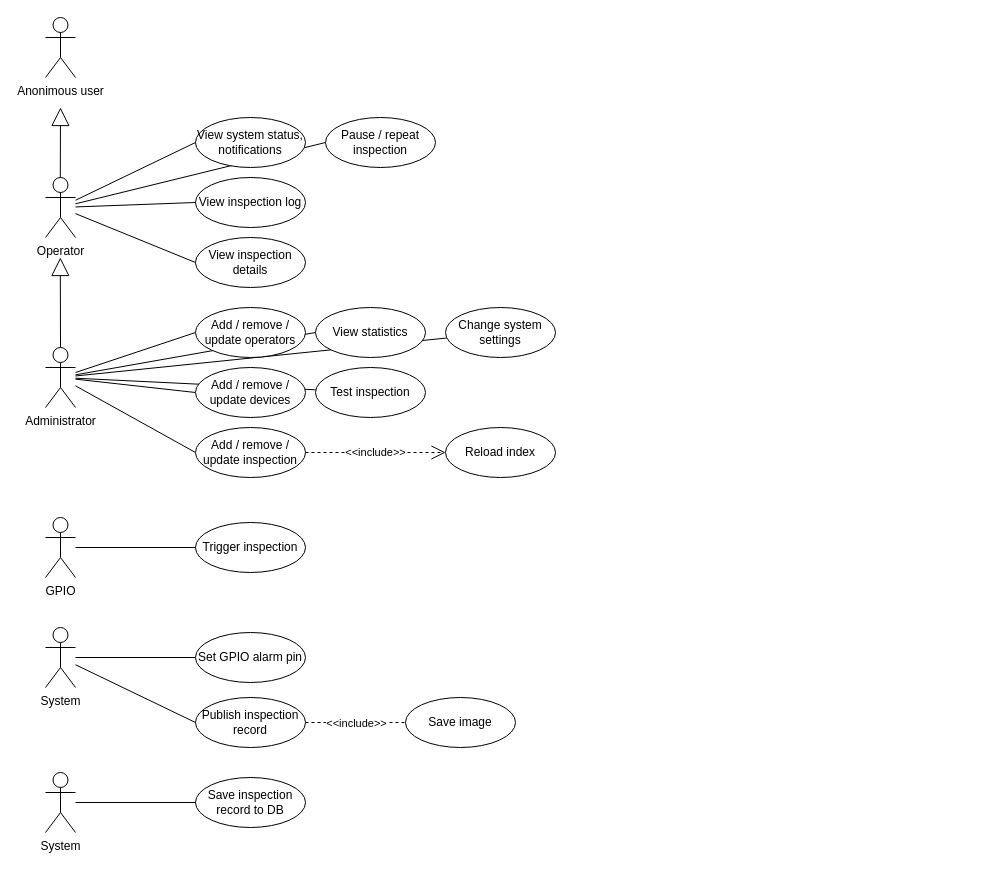
The draw.io diagram page "Use cases" (5 of 8) of design.drawio in Edson-source/open-aoi, before the edit. Source tidied: cells renumbered, new cells numbered last; positions are measured from the earlier drawing's top-left corner, leaving out a move shared by most shapes. Both pictures are drawn from the tidied source at 100%, with x=0, y=0 at pixel (45, 17).
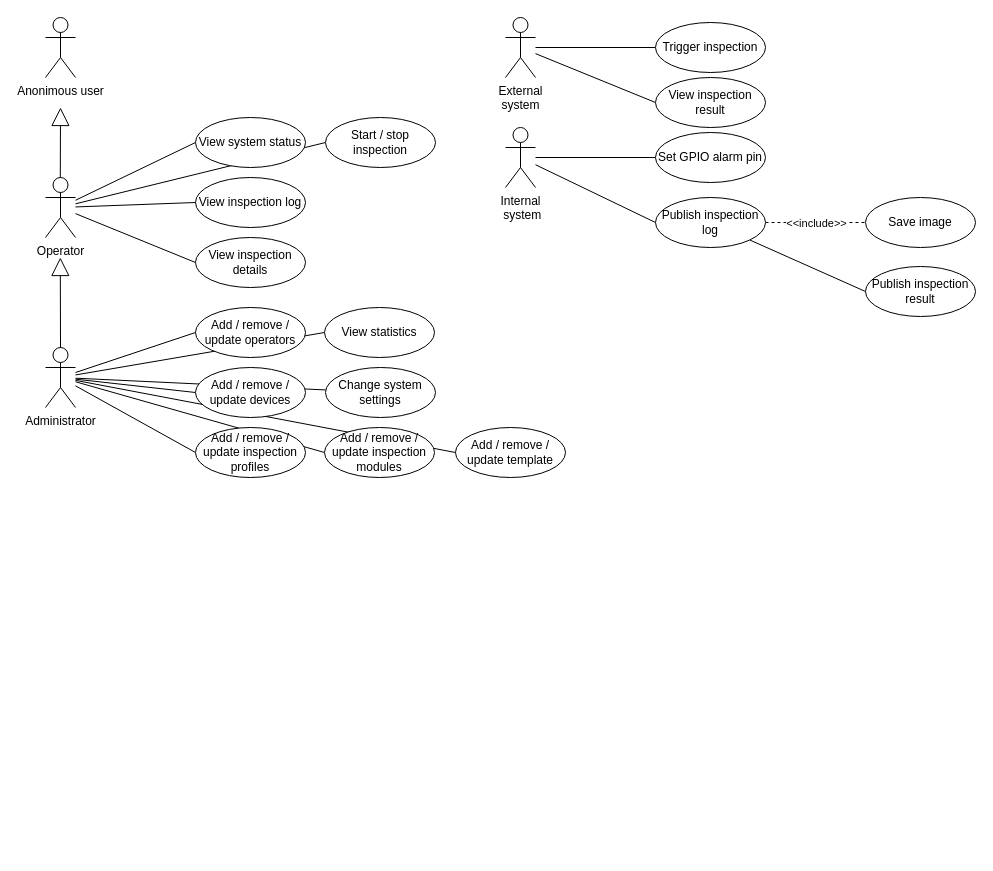
The same page after the edit.

Unchanged cells that the change refers to:
```xml
<mxCell id="14" value="Administrator" style="shape=umlActor;verticalLabelPosition=bottom;verticalAlign=top;html=1;strokeColor=default;fillColor=rgb(255, 255, 255);" parent="1" vertex="1">
  <mxGeometry y="330" width="30" height="60" as="geometry" />
</mxCell>
```

Change to the diagram source:
```diff
@@
-    <mxCell id="12" style="edgeStyle=none;html=1;startArrow=none;startFill=0;endArrow=none;endFill=0;" parent="1" edge="1" source="14" target="32">
-      <mxGeometry relative="1" as="geometry" />
-    </mxCell>
@@
+    <mxCell id="43" style="edgeStyle=none;shape=connector;rounded=1;html=1;entryX=0;entryY=0.5;entryDx=0;entryDy=0;labelBackgroundColor=default;strokeColor=default;fontFamily=Helvetica;fontSize=11;fontColor=default;startArrow=none;startFill=0;endArrow=none;endFill=0;" parent="1" edge="1" source="14" target="47">
+      <mxGeometry relative="1" as="geometry" />
+    </mxCell>
+    <mxCell id="44" style="edgeStyle=none;shape=connector;rounded=1;html=1;entryX=0;entryY=0.5;entryDx=0;entryDy=0;labelBackgroundColor=default;strokeColor=default;fontFamily=Helvetica;fontSize=11;fontColor=default;startArrow=none;startFill=0;endArrow=none;endFill=0;" parent="1" edge="1" source="14" target="48">
+      <mxGeometry relative="1" as="geometry" />
+    </mxCell>
@@
-    <mxCell id="15" value="View system status, notifications" style="ellipse;whiteSpace=wrap;html=1;strokeColor=default;" parent="1" vertex="1">
+    <mxCell id="15" value="View system status" style="ellipse;whiteSpace=wrap;html=1;strokeColor=default;" parent="1" vertex="1">
       <mxGeometry x="150" y="100" width="110" height="50" as="geometry" />
     </mxCell>
@@
     <mxCell id="21" value="View statistics" style="ellipse;whiteSpace=wrap;html=1;strokeColor=default;" parent="1" vertex="1">
-      <mxGeometry x="270" y="290" width="110" height="50" as="geometry" />
+      <mxGeometry x="279" y="290" width="110" height="50" as="geometry" />
     </mxCell>
@@
-    <mxCell id="23" value="Add / remove / update inspection" style="ellipse;whiteSpace=wrap;html=1;strokeColor=default;" parent="1" vertex="1">
+    <mxCell id="23" value="Add / remove / update inspection&lt;br&gt;profiles" style="ellipse;whiteSpace=wrap;html=1;strokeColor=default;" parent="1" vertex="1">
       <mxGeometry x="150" y="410" width="110" height="50" as="geometry" />
     </mxCell>
-    <mxCell id="24" value="Pause / repeat inspection" style="ellipse;whiteSpace=wrap;html=1;strokeColor=default;" parent="1" vertex="1">
+    <mxCell id="24" value="Start / stop inspection" style="ellipse;whiteSpace=wrap;html=1;strokeColor=default;" parent="1" vertex="1">
       <mxGeometry x="280" y="100" width="110" height="50" as="geometry" />
     </mxCell>
@@
+    <mxCell id="45" style="edgeStyle=none;shape=connector;rounded=1;html=1;entryX=0;entryY=0.5;entryDx=0;entryDy=0;labelBackgroundColor=default;strokeColor=default;fontFamily=Helvetica;fontSize=11;fontColor=default;startArrow=none;startFill=0;endArrow=none;endFill=0;" parent="1" edge="1" source="26" target="49">
+      <mxGeometry relative="1" as="geometry" />
+    </mxCell>
-    <mxCell id="26" value="GPIO" style="shape=umlActor;verticalLabelPosition=bottom;verticalAlign=top;html=1;strokeColor=default;fillColor=rgb(255, 255, 255);" parent="1" vertex="1">
-      <mxGeometry y="500" width="30" height="60" as="geometry" />
+    <mxCell id="26" value="External&lt;br&gt;system" style="shape=umlActor;verticalLabelPosition=bottom;verticalAlign=top;html=1;strokeColor=default;fillColor=rgb(255, 255, 255);" parent="1" vertex="1">
+      <mxGeometry x="460" width="30" height="60" as="geometry" />
     </mxCell>
     <mxCell id="27" value="Trigger inspection" style="ellipse;whiteSpace=wrap;html=1;strokeColor=default;" parent="1" vertex="1">
-      <mxGeometry x="150" y="505" width="110" height="50" as="geometry" />
+      <mxGeometry x="610" y="5" width="110" height="50" as="geometry" />
     </mxCell>
@@
-    <mxCell id="30" value="System" style="shape=umlActor;verticalLabelPosition=bottom;verticalAlign=top;html=1;strokeColor=default;fillColor=rgb(255, 255, 255);" parent="1" vertex="1">
-      <mxGeometry y="610" width="30" height="60" as="geometry" />
+    <mxCell id="30" value="Internal&lt;br&gt;&amp;nbsp;system" style="shape=umlActor;verticalLabelPosition=bottom;verticalAlign=top;html=1;strokeColor=default;fillColor=rgb(255, 255, 255);" parent="1" vertex="1">
+      <mxGeometry x="460" y="110" width="30" height="60" as="geometry" />
     </mxCell>
     <mxCell id="31" value="Set GPIO alarm pin" style="ellipse;whiteSpace=wrap;html=1;strokeColor=default;" parent="1" vertex="1">
-      <mxGeometry x="150" y="615" width="110" height="50" as="geometry" />
+      <mxGeometry x="610" y="115" width="110" height="50" as="geometry" />
     </mxCell>
-    <mxCell id="32" value="Test inspection" style="ellipse;whiteSpace=wrap;html=1;strokeColor=default;" parent="1" vertex="1">
-      <mxGeometry x="270" y="350" width="110" height="50" as="geometry" />
-    </mxCell>
-    <mxCell id="33" value="Reload index" style="ellipse;whiteSpace=wrap;html=1;strokeColor=default;" parent="1" vertex="1">
-      <mxGeometry x="400" y="410" width="110" height="50" as="geometry" />
-    </mxCell>
-    <mxCell id="34" value="&amp;lt;&amp;lt;include&amp;gt;&amp;gt;" style="endArrow=open;endSize=12;dashed=1;html=1;exitX=1;exitY=0.5;exitDx=0;exitDy=0;entryX=0;entryY=0.5;entryDx=0;entryDy=0;" parent="1" edge="1" source="23" target="33">
-      <mxGeometry relative="1" as="geometry" />
-    </mxCell>
     <mxCell id="35" value="Change system settings" style="ellipse;whiteSpace=wrap;html=1;strokeColor=default;" parent="1" vertex="1">
-      <mxGeometry x="400" y="290" width="110" height="50" as="geometry" />
+      <mxGeometry x="280" y="350" width="110" height="50" as="geometry" />
     </mxCell>
@@
+    <mxCell id="46" style="edgeStyle=none;shape=connector;rounded=1;html=1;entryX=0;entryY=0.5;entryDx=0;entryDy=0;labelBackgroundColor=default;strokeColor=default;fontFamily=Helvetica;fontSize=11;fontColor=default;startArrow=none;startFill=0;endArrow=none;endFill=0;" parent="1" edge="1" source="38" target="50">
+      <mxGeometry relative="1" as="geometry" />
+    </mxCell>
-    <mxCell id="38" value="Publish inspection&lt;br&gt;record" style="ellipse;whiteSpace=wrap;html=1;strokeColor=default;" parent="1" vertex="1">
-      <mxGeometry x="150" y="680" width="110" height="50" as="geometry" />
+    <mxCell id="38" value="Publish inspection&lt;br&gt;log" style="ellipse;whiteSpace=wrap;html=1;strokeColor=default;" parent="1" vertex="1">
+      <mxGeometry x="610" y="180" width="110" height="50" as="geometry" />
     </mxCell>
     <mxCell id="39" value="Save image" style="ellipse;whiteSpace=wrap;html=1;strokeColor=default;" parent="1" vertex="1">
-      <mxGeometry x="360" y="680" width="110" height="50" as="geometry" />
+      <mxGeometry x="820" y="180" width="110" height="50" as="geometry" />
     </mxCell>
-    <mxCell id="40" value="Save inspection record to DB" style="ellipse;whiteSpace=wrap;html=1;strokeColor=default;" parent="1" vertex="1">
-      <mxGeometry x="150" y="760" width="110" height="50" as="geometry" />
-    </mxCell>
-    <mxCell id="41" style="edgeStyle=none;jumpStyle=none;jumpSize=6;html=1;entryX=0;entryY=0.5;entryDx=0;entryDy=0;strokeWidth=1;startArrow=none;startFill=0;endArrow=none;endFill=0;startSize=6;endSize=6;" parent="1" edge="1" source="42" target="40">
-      <mxGeometry relative="1" as="geometry" />
-    </mxCell>
-    <mxCell id="42" value="System" style="shape=umlActor;verticalLabelPosition=bottom;verticalAlign=top;html=1;strokeColor=default;fillColor=rgb(255, 255, 255);" parent="1" vertex="1">
-      <mxGeometry y="755" width="30" height="60" as="geometry" />
-    </mxCell>
+    <mxCell id="47" value="Add / remove / update inspection&lt;br&gt;modules" style="ellipse;whiteSpace=wrap;html=1;strokeColor=default;" parent="1" vertex="1">
+      <mxGeometry x="279" y="410" width="110" height="50" as="geometry" />
+    </mxCell>
+    <mxCell id="48" value="Add / remove / update template" style="ellipse;whiteSpace=wrap;html=1;strokeColor=default;" parent="1" vertex="1">
+      <mxGeometry x="410" y="410" width="110" height="50" as="geometry" />
+    </mxCell>
+    <mxCell id="49" value="View inspection result" style="ellipse;whiteSpace=wrap;html=1;strokeColor=default;" parent="1" vertex="1">
+      <mxGeometry x="610" y="60" width="110" height="50" as="geometry" />
+    </mxCell>
+    <mxCell id="50" value="Publish inspection&lt;br&gt;result" style="ellipse;whiteSpace=wrap;html=1;strokeColor=default;" parent="1" vertex="1">
+      <mxGeometry x="820" y="249" width="110" height="50" as="geometry" />
+    </mxCell>
```
